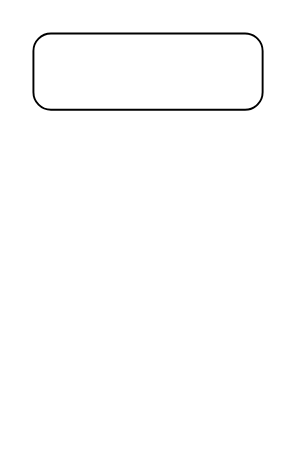
Above: Ex 2.1.drawio in AlcalinePT/Arduino (draw.io), before the change. Source tidied: cells renumbered, new cells numbered last; positions are measured from the earlier drawing's top-left corner, leaving out a move shared by most shapes. Both pictures are drawn from the tidied source at 191%, with x=0, y=0 at pixel (32, 32).
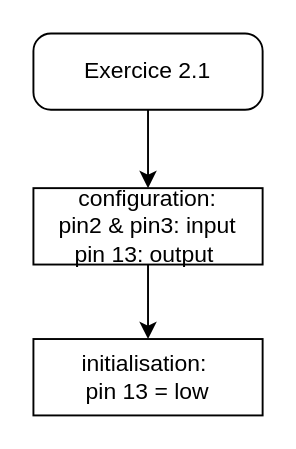
After the change.

Change to the diagram source:
```diff
@@
 <mxGraphModel>
   <root>
     <mxCell id="0" />
     <mxCell id="1" parent="0" />
+    <mxCell id="3" style="edgeStyle=orthogonalEdgeStyle;rounded=0;jettySize=auto;html=1;" parent="1" edge="1" source="2" target="5">
+      <mxGeometry relative="1" as="geometry" />
+    </mxCell>
-    <mxCell id="2" style="rounded=1;whiteSpace=wrap;html=1;arcSize=23;" parent="1" vertex="1">
+    <mxCell id="2" value="Exercice 2.1" style="rounded=1;whiteSpace=wrap;html=1;arcSize=23;" parent="1" vertex="1">
       <mxGeometry width="120" height="40" as="geometry" />
     </mxCell>
+    <mxCell id="4" style="edgeStyle=orthogonalEdgeStyle;rounded=0;jettySize=auto;html=1;" parent="1" edge="1" source="5" target="6">
+      <mxGeometry relative="1" as="geometry" />
+    </mxCell>
+    <mxCell id="5" value="configuration: &lt;br&gt;pin2 &amp;amp; pin3: input&lt;br&gt;pin 13: output&amp;nbsp;" style="rounded=0;whiteSpace=wrap;html=1;" parent="1" vertex="1">
+      <mxGeometry y="81" width="120" height="40" as="geometry" />
+    </mxCell>
+    <mxCell id="6" value="initialisation:&amp;nbsp;&lt;br&gt;pin 13 = low" style="rounded=0;whiteSpace=wrap;html=1;" parent="1" vertex="1">
+      <mxGeometry y="160" width="120" height="40" as="geometry" />
+    </mxCell>
   </root>
 </mxGraphModel>
```
